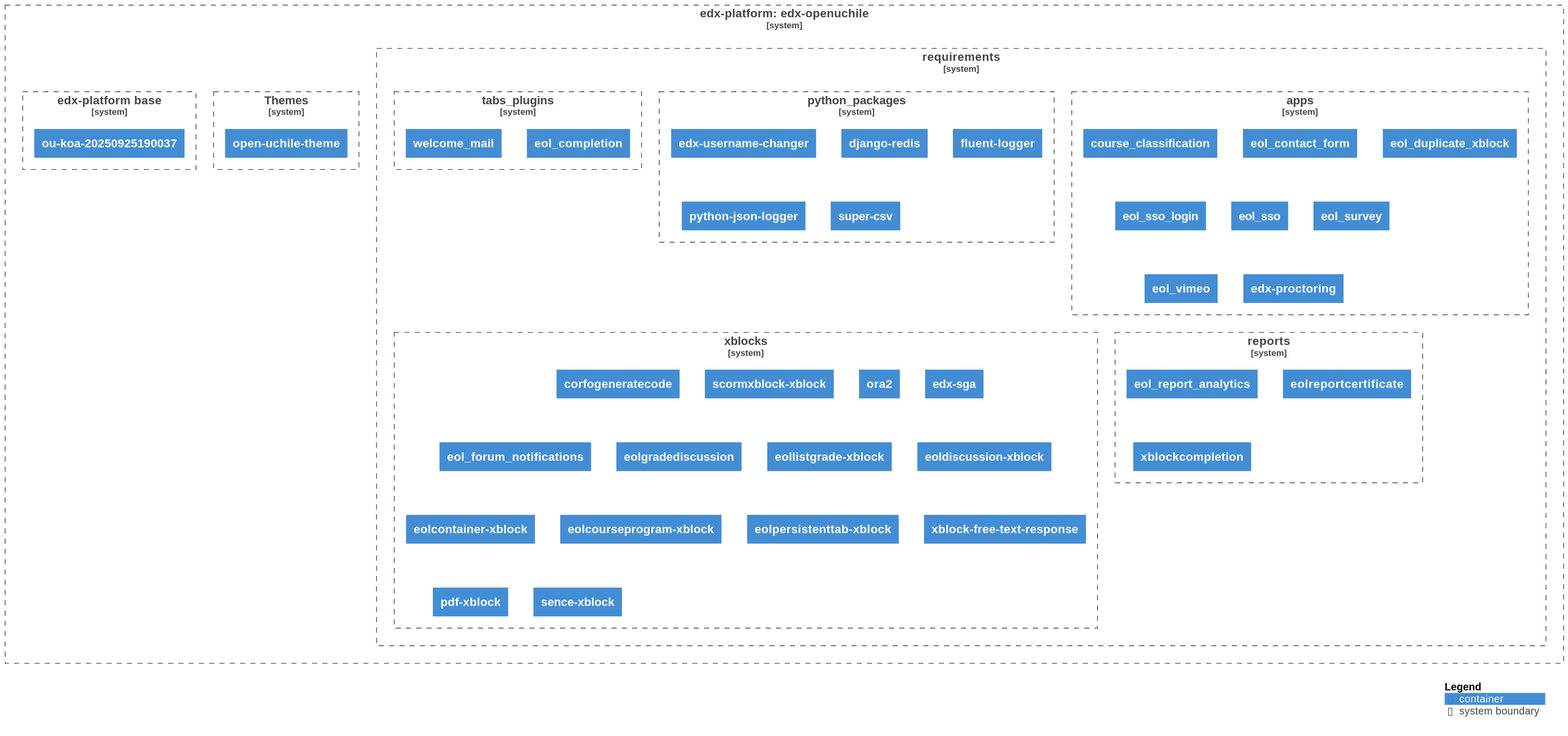
Before: diagrams/diagram.svg, a diagram exported from PlantUML (eol-uchile/edx-openuchile).
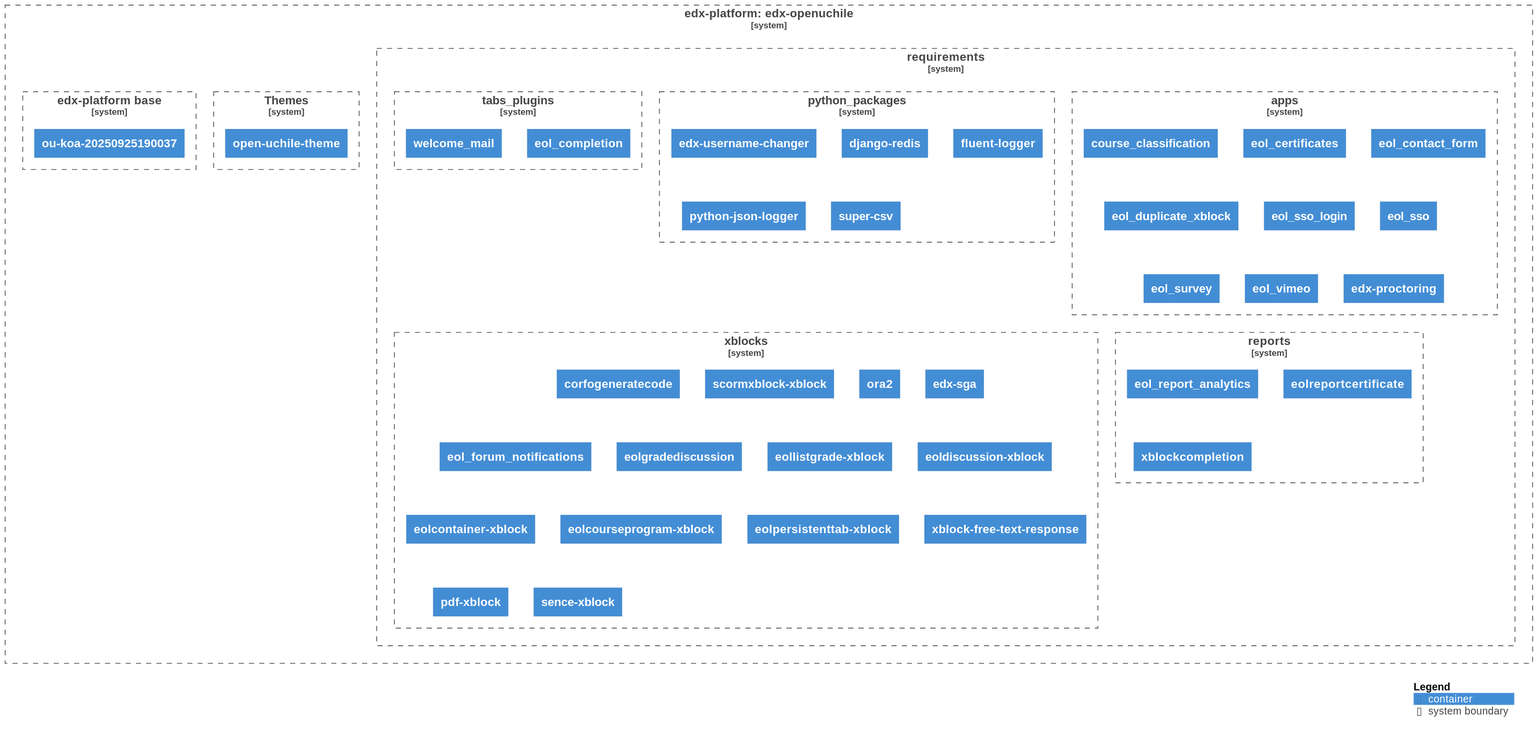
After the change.

Commit message:
chore: Auto-generate UML diagram

Diff of the diagram source:
```diff
@@ -11,19 +11,21 @@
 
                 Container(apps1, "course_classification", $link="https://github.com/eol-uchile/course_classification/releases/tag/1.2.1")
 
-                Container(apps2, "eol_contact_form", $link="https://github.com/eol-uchile/eol_contact_form/releases/tag/0.5.3")
+                Container(apps2, "eol_certificates", $link="https://github.com/eol-uchile/eol-certificates/releases/tag/0.1.0")
 
-                Container(apps3, "eol_duplicate_xblock", $link="https://github.com/eol-uchile/eol_duplicate_xblock/releases/tag/1.0.0")
+                Container(apps3, "eol_contact_form", $link="https://github.com/eol-uchile/eol_contact_form/releases/tag/0.5.3")
 
-                Container(apps4, "eol_sso_login", $link="https://github.com/eol-uchile/eol_sso_login/releases/tag/0.1.1")
+                Container(apps4, "eol_duplicate_xblock", $link="https://github.com/eol-uchile/eol_duplicate_xblock/releases/tag/1.0.0")
 
-                Container(apps5, "eol_sso", $link="https://github.com/eol-uchile/eol_sso/releases/tag/1.2.0")
+                Container(apps5, "eol_sso_login", $link="https://github.com/eol-uchile/eol_sso_login/releases/tag/0.1.1")
 
-                Container(apps6, "eol_survey", $link="https://github.com/eol-uchile/eol_survey/releases/tag/3.1.0")
+                Container(apps6, "eol_sso", $link="https://github.com/eol-uchile/eol_sso/releases/tag/1.2.0")
 
-                Container(apps7, "eol_vimeo", $link="https://github.com/eol-uchile/eol_vimeo/releases/tag/1.0.1")
+                Container(apps7, "eol_survey", $link="https://github.com/eol-uchile/eol_survey/releases/tag/3.1.0")
 
-                Container(apps8, "edx-proctoring", $link="https://github.com/openedx/edx-proctoring/releases/tag/2.6.7")
+                Container(apps8, "eol_vimeo", $link="https://github.com/eol-uchile/eol_vimeo/releases/tag/1.0.1")
+
+                Container(apps9, "edx-proctoring", $link="https://github.com/openedx/edx-proctoring/releases/tag/2.6.7")
 
             }
 
```
